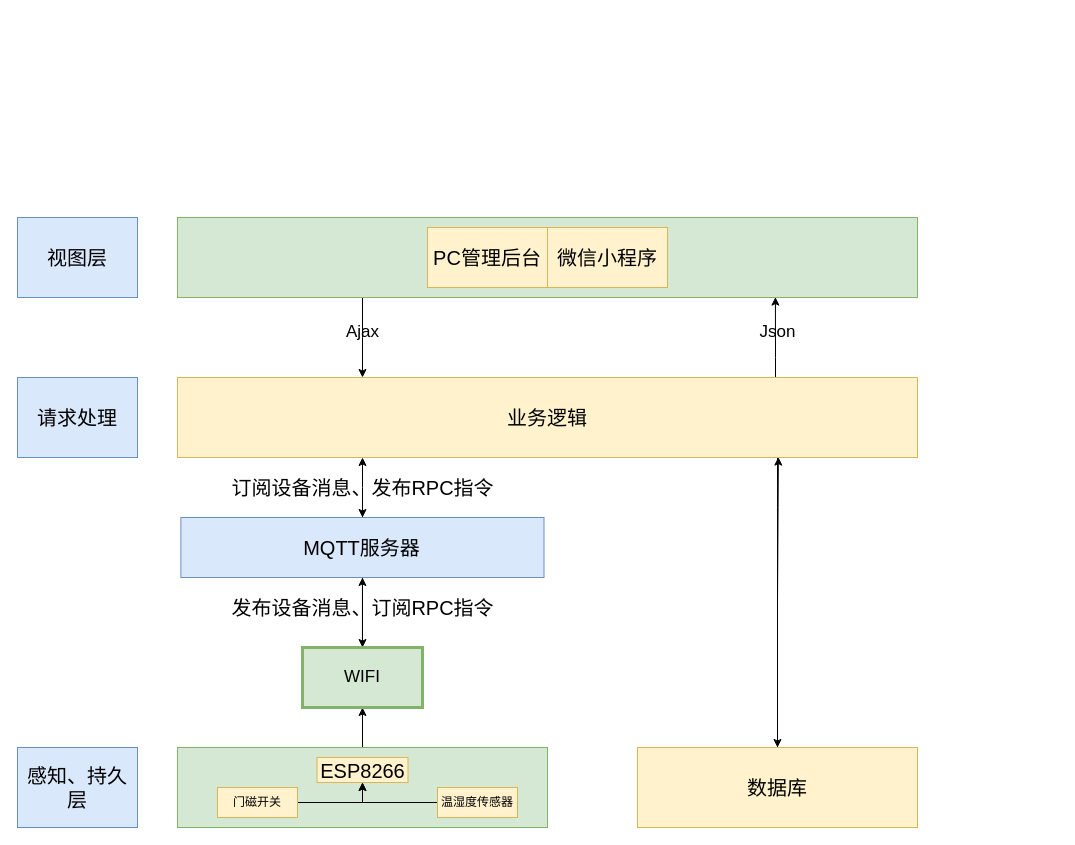
Earlier version of the draw.io diagram resources/未命名绘图.drawio (LY220214/LY220214.github.io). Source tidied: cells renumbered, new cells numbered last; positions are measured from the earlier drawing's top-left corner, leaving out a move shared by most shapes. Both pictures are drawn from the tidied source at 100%, with x=0, y=0 at pixel (17, 217).
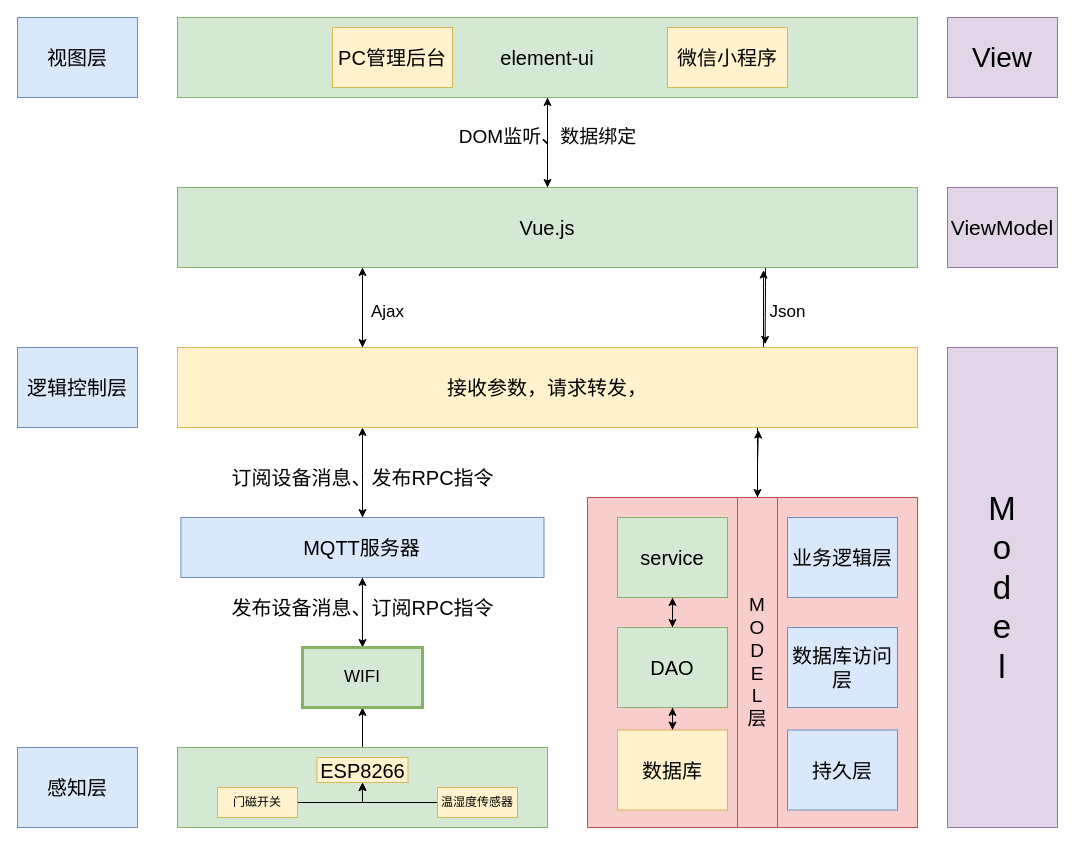
After the change.

Change to the diagram source:
```diff
@@
+    <mxCell id="31" style="whiteSpace=wrap;html=1;fontSize=19;fillColor=#f8cecc;strokeColor=#b85450;" parent="1" vertex="1">
+      <mxGeometry x="570" y="280" width="330" height="330" as="geometry" />
+    </mxCell>
@@
-    <mxCell id="11" style="edgeStyle=orthogonalEdgeStyle;rounded=0;jettySize=auto;html=1;entryX=0.25;entryY=0;entryDx=0;entryDy=0;fontSize=14;" parent="1" edge="1" source="12" target="23">
-      <mxGeometry relative="1" as="geometry">
-        <Array as="points">
-          <mxPoint x="345" y="120" />
-          <mxPoint x="345" y="120" />
-        </Array>
-      </mxGeometry>
-    </mxCell>
+    <mxCell id="32" style="edgeStyle=orthogonalEdgeStyle;rounded=0;jettySize=auto;html=1;entryX=0.5;entryY=0;entryDx=0;entryDy=0;fontSize=19;fontColor=#000000;" parent="1" edge="1" source="12" target="51">
+      <mxGeometry relative="1" as="geometry" />
+    </mxCell>
-    <mxCell id="12" style="rounded=0;whiteSpace=wrap;html=1;fontSize=20;fillColor=#d5e8d4;strokeColor=#82b366;" parent="1" vertex="1">
-      <mxGeometry x="160" width="740" height="80" as="geometry" />
+    <mxCell id="12" value="element-ui" style="rounded=0;whiteSpace=wrap;html=1;fontSize=20;fillColor=#d5e8d4;strokeColor=#82b366;" parent="1" vertex="1">
+      <mxGeometry x="160" y="-200" width="740" height="80" as="geometry" />
     </mxCell>
     <mxCell id="13" value="PC管理后台" style="rounded=0;whiteSpace=wrap;html=1;fontSize=20;fillColor=#fff2cc;strokeColor=#d6b656;" parent="1" vertex="1">
-      <mxGeometry x="410" y="10" width="120" height="60" as="geometry" />
+      <mxGeometry x="315" y="-190" width="120" height="60" as="geometry" />
     </mxCell>
     <mxCell id="14" value="微信小程序" style="rounded=0;whiteSpace=wrap;html=1;fontSize=20;fillColor=#fff2cc;strokeColor=#d6b656;" parent="1" vertex="1">
-      <mxGeometry x="530" y="10" width="120" height="60" as="geometry" />
+      <mxGeometry x="650" y="-190" width="120" height="60" as="geometry" />
     </mxCell>
@@
-    <mxCell id="16" style="edgeStyle=orthogonalEdgeStyle;rounded=0;jettySize=auto;html=1;entryX=0.812;entryY=0.995;entryDx=0;entryDy=0;entryPerimeter=0;fontSize=14;" parent="1" edge="1" source="17" target="23">
-      <mxGeometry relative="1" as="geometry" />
-    </mxCell>
+    <mxCell id="33" style="edgeStyle=orthogonalEdgeStyle;rounded=0;jettySize=auto;html=1;fontSize=19;fontColor=#67AB9F;" parent="1" edge="1" source="17" target="44">
+      <mxGeometry relative="1" as="geometry" />
+    </mxCell>
     <mxCell id="17" value="数据库" style="rounded=0;whiteSpace=wrap;html=1;fontSize=20;fillColor=#fff2cc;strokeColor=#d6b656;" parent="1" vertex="1">
-      <mxGeometry x="620" y="530" width="280" height="80" as="geometry" />
+      <mxGeometry x="600" y="512.5" width="110" height="80" as="geometry" />
     </mxCell>
     <mxCell id="18" value="视图层" style="rounded=0;whiteSpace=wrap;html=1;fontSize=20;fillColor=#dae8fc;strokeColor=#6c8ebf;" parent="1" vertex="1">
-      <mxGeometry width="120" height="80" as="geometry" />
+      <mxGeometry y="-200" width="120" height="80" as="geometry" />
     </mxCell>
-    <mxCell id="19" value="请求处理" style="rounded=0;whiteSpace=wrap;html=1;fontSize=20;fillColor=#dae8fc;strokeColor=#6c8ebf;" parent="1" vertex="1">
-      <mxGeometry y="160" width="120" height="80" as="geometry" />
-    </mxCell>
@@
-    <mxCell id="21" style="edgeStyle=orthogonalEdgeStyle;rounded=0;jettySize=auto;html=1;entryX=0.808;entryY=0.995;entryDx=0;entryDy=0;entryPerimeter=0;fontSize=14;" parent="1" edge="1" source="23" target="12">
-      <mxGeometry relative="1" as="geometry">
-        <Array as="points">
-          <mxPoint x="758" y="140" />
-          <mxPoint x="758" y="140" />
-        </Array>
-      </mxGeometry>
-    </mxCell>
-    <mxCell id="22" style="edgeStyle=orthogonalEdgeStyle;rounded=0;jettySize=auto;html=1;fontSize=17;" parent="1" edge="1" source="23" target="17">
-      <mxGeometry relative="1" as="geometry">
-        <Array as="points">
-          <mxPoint x="760" y="290" />
-          <mxPoint x="760" y="290" />
-        </Array>
-      </mxGeometry>
-    </mxCell>
+    <mxCell id="34" style="edgeStyle=orthogonalEdgeStyle;rounded=0;jettySize=auto;html=1;entryX=0.5;entryY=0;entryDx=0;entryDy=0;fontSize=19;fontColor=#000000;" parent="1" edge="1" source="23" target="47">
+      <mxGeometry relative="1" as="geometry">
+        <Array as="points">
+          <mxPoint x="740" y="230" />
+          <mxPoint x="740" y="230" />
+        </Array>
+      </mxGeometry>
+    </mxCell>
+    <mxCell id="35" style="edgeStyle=orthogonalEdgeStyle;rounded=0;jettySize=auto;html=1;entryX=0.25;entryY=1;entryDx=0;entryDy=0;fontSize=19;fontColor=#000000;" parent="1" edge="1" source="23" target="51">
+      <mxGeometry relative="1" as="geometry">
+        <Array as="points">
+          <mxPoint x="345" y="110" />
+          <mxPoint x="345" y="110" />
+        </Array>
+      </mxGeometry>
+    </mxCell>
+    <mxCell id="36" style="edgeStyle=orthogonalEdgeStyle;rounded=0;jettySize=auto;html=1;entryX=0.792;entryY=1.032;entryDx=0;entryDy=0;entryPerimeter=0;fontSize=19;fontColor=#000000;" parent="1" edge="1" source="23" target="51">
+      <mxGeometry relative="1" as="geometry">
+        <Array as="points">
+          <mxPoint x="746" y="100" />
+          <mxPoint x="746" y="100" />
+        </Array>
+      </mxGeometry>
+    </mxCell>
-    <mxCell id="23" value="业务逻辑" style="rounded=0;whiteSpace=wrap;html=1;fontSize=20;fillColor=#fff2cc;strokeColor=#d6b656;" parent="1" vertex="1">
-      <mxGeometry x="160" y="160" width="740" height="80" as="geometry" />
+    <mxCell id="23" value="接收参数，请求转发，" style="rounded=0;whiteSpace=wrap;html=1;fontSize=20;fillColor=#fff2cc;strokeColor=#d6b656;" parent="1" vertex="1">
+      <mxGeometry x="160" y="130" width="740" height="80" as="geometry" />
     </mxCell>
     <mxCell id="24" value="订阅设备消息、发布RPC指令" style="text;html=1;align=center;verticalAlign=middle;points=[];strokeColor=none;fillColor=none;fontSize=20;" parent="1" vertex="1">
-      <mxGeometry x="200" y="250" width="290" height="40" as="geometry" />
+      <mxGeometry x="200" y="240" width="290" height="40" as="geometry" />
     </mxCell>
-    <mxCell id="25" value="感知、持久层" style="rounded=0;whiteSpace=wrap;html=1;fontSize=20;fillColor=#dae8fc;strokeColor=#6c8ebf;" parent="1" vertex="1">
+    <mxCell id="25" value="感知层" style="rounded=0;whiteSpace=wrap;html=1;fontSize=20;fillColor=#dae8fc;strokeColor=#6c8ebf;" parent="1" vertex="1">
       <mxGeometry y="530" width="120" height="80" as="geometry" />
     </mxCell>
-    <mxCell id="26" value="&lt;font style=&quot;font-size: 17px;&quot;&gt;Ajax&lt;/font&gt;" style="text;html=1;align=center;verticalAlign=middle;strokeColor=none;fillColor=none;fontSize=14;" parent="1" vertex="1">
-      <mxGeometry x="315" y="100" width="60" height="30" as="geometry" />
-    </mxCell>
-    <mxCell id="27" value="Json" style="text;html=1;align=center;verticalAlign=middle;strokeColor=none;fillColor=none;fontSize=17;" parent="1" vertex="1">
-      <mxGeometry x="730" y="100" width="60" height="30" as="geometry" />
-    </mxCell>
@@
+    <mxCell id="37" value="逻辑控制层" style="rounded=0;whiteSpace=wrap;html=1;fontSize=20;fillColor=#dae8fc;strokeColor=#6c8ebf;" parent="1" vertex="1">
+      <mxGeometry y="130" width="120" height="80" as="geometry" />
+    </mxCell>
+    <mxCell id="38" value="持久层" style="rounded=0;whiteSpace=wrap;html=1;fontSize=20;fillColor=#dae8fc;strokeColor=#6c8ebf;" parent="1" vertex="1">
+      <mxGeometry x="770" y="512.5" width="110" height="80" as="geometry" />
+    </mxCell>
+    <mxCell id="39" value="业务逻辑层" style="rounded=0;whiteSpace=wrap;html=1;fontSize=20;fillColor=#dae8fc;strokeColor=#6c8ebf;" parent="1" vertex="1">
+      <mxGeometry x="770" y="300" width="110" height="80" as="geometry" />
+    </mxCell>
+    <mxCell id="40" style="edgeStyle=orthogonalEdgeStyle;rounded=0;jettySize=auto;html=1;entryX=0.5;entryY=0;entryDx=0;entryDy=0;fontSize=19;fontColor=#67AB9F;" parent="1" edge="1" source="41" target="44">
+      <mxGeometry relative="1" as="geometry" />
+    </mxCell>
+    <mxCell id="41" value="service" style="rounded=0;whiteSpace=wrap;html=1;fontSize=20;fillColor=#d5e8d4;strokeColor=#82b366;" parent="1" vertex="1">
+      <mxGeometry x="600" y="300" width="110" height="80" as="geometry" />
+    </mxCell>
+    <mxCell id="42" style="edgeStyle=orthogonalEdgeStyle;rounded=0;jettySize=auto;html=1;entryX=0.5;entryY=0;entryDx=0;entryDy=0;fontSize=19;fontColor=#67AB9F;" parent="1" edge="1" source="44" target="17">
+      <mxGeometry relative="1" as="geometry" />
+    </mxCell>
+    <mxCell id="43" style="edgeStyle=orthogonalEdgeStyle;rounded=0;jettySize=auto;html=1;entryX=0.5;entryY=1;entryDx=0;entryDy=0;fontSize=19;fontColor=#67AB9F;" parent="1" edge="1" source="44" target="41">
+      <mxGeometry relative="1" as="geometry" />
+    </mxCell>
+    <mxCell id="44" value="DAO" style="rounded=0;whiteSpace=wrap;html=1;fontSize=20;fillColor=#d5e8d4;strokeColor=#82b366;" parent="1" vertex="1">
+      <mxGeometry x="600" y="410" width="110" height="80" as="geometry" />
+    </mxCell>
+    <mxCell id="45" value="数据库访问层" style="rounded=0;whiteSpace=wrap;html=1;fontSize=20;fillColor=#dae8fc;strokeColor=#6c8ebf;" parent="1" vertex="1">
+      <mxGeometry x="770" y="410" width="110" height="80" as="geometry" />
+    </mxCell>
+    <mxCell id="46" style="edgeStyle=orthogonalEdgeStyle;rounded=0;jettySize=auto;html=1;entryX=0.785;entryY=1.032;entryDx=0;entryDy=0;entryPerimeter=0;fontSize=19;fontColor=#000000;" parent="1" edge="1" source="47" target="23">
+      <mxGeometry relative="1" as="geometry" />
+    </mxCell>
+    <mxCell id="47" value="M&lt;br&gt;O&lt;br&gt;D&lt;br&gt;E&lt;br&gt;L&lt;br&gt;层" style="rounded=0;html=1;fontSize=19;whiteSpace=wrap;labelBackgroundColor=none;fillColor=#f8cecc;strokeColor=#b85450;" parent="1" vertex="1">
+      <mxGeometry x="720" y="280" width="40" height="330" as="geometry" />
+    </mxCell>
+    <mxCell id="48" style="edgeStyle=orthogonalEdgeStyle;rounded=0;jettySize=auto;html=1;entryX=0.5;entryY=1;entryDx=0;entryDy=0;fontSize=19;fontColor=#000000;" parent="1" edge="1" source="51" target="12">
+      <mxGeometry relative="1" as="geometry" />
+    </mxCell>
+    <mxCell id="49" style="edgeStyle=orthogonalEdgeStyle;rounded=0;jettySize=auto;html=1;entryX=0.25;entryY=0;entryDx=0;entryDy=0;fontSize=19;fontColor=#000000;" parent="1" edge="1" source="51" target="23">
+      <mxGeometry relative="1" as="geometry">
+        <Array as="points">
+          <mxPoint x="345" y="80" />
+          <mxPoint x="345" y="80" />
+        </Array>
+      </mxGeometry>
+    </mxCell>
+    <mxCell id="50" style="edgeStyle=orthogonalEdgeStyle;rounded=0;jettySize=auto;html=1;fontSize=19;fontColor=#000000;entryX=0.794;entryY=-0.039;entryDx=0;entryDy=0;entryPerimeter=0;" parent="1" edge="1" source="51" target="23">
+      <mxGeometry relative="1" as="geometry">
+        <Array as="points">
+          <mxPoint x="748" y="70" />
+          <mxPoint x="748" y="70" />
+        </Array>
+      </mxGeometry>
+    </mxCell>
+    <mxCell id="51" value="Vue.js" style="rounded=0;whiteSpace=wrap;html=1;fontSize=20;fillColor=#d5e8d4;strokeColor=#82b366;" parent="1" vertex="1">
+      <mxGeometry x="160" y="-30" width="740" height="80" as="geometry" />
+    </mxCell>
+    <mxCell id="52" value="DOM监听、数据绑定" style="text;html=1;align=center;verticalAlign=middle;strokeColor=none;fillColor=none;fontSize=19;fontColor=#000000;" parent="1" vertex="1">
+      <mxGeometry x="430" y="-100" width="200" height="40" as="geometry" />
+    </mxCell>
+    <mxCell id="27" value="Json" style="text;html=1;align=center;verticalAlign=middle;strokeColor=none;fillColor=none;fontSize=17;" parent="1" vertex="1">
+      <mxGeometry x="740" y="80" width="60" height="30" as="geometry" />
+    </mxCell>
+    <mxCell id="26" value="&lt;font style=&quot;font-size: 17px;&quot;&gt;Ajax&lt;/font&gt;" style="text;html=1;align=center;verticalAlign=middle;strokeColor=none;fillColor=none;fontSize=14;" parent="1" vertex="1">
+      <mxGeometry x="340" y="80" width="60" height="30" as="geometry" />
+    </mxCell>
+    <mxCell id="53" value="M&lt;br style=&quot;font-size: 33px;&quot;&gt;o&lt;br style=&quot;font-size: 33px;&quot;&gt;d&lt;br style=&quot;font-size: 33px;&quot;&gt;e&lt;br style=&quot;font-size: 33px;&quot;&gt;l" style="rounded=0;whiteSpace=wrap;html=1;labelBackgroundColor=none;fontSize=33;fillColor=#e1d5e7;strokeColor=#9673a6;" parent="1" vertex="1">
+      <mxGeometry x="930" y="130" width="110" height="480" as="geometry" />
+    </mxCell>
+    <mxCell id="54" value="&lt;span style=&quot;font-size: 21px;&quot;&gt;ViewModel&lt;/span&gt;" style="rounded=0;whiteSpace=wrap;html=1;labelBackgroundColor=none;fontSize=21;fillColor=#e1d5e7;strokeColor=#9673a6;" parent="1" vertex="1">
+      <mxGeometry x="930" y="-30" width="110" height="80" as="geometry" />
+    </mxCell>
+    <mxCell id="55" value="&lt;span style=&quot;font-size: 28px;&quot;&gt;View&lt;/span&gt;" style="rounded=0;whiteSpace=wrap;html=1;labelBackgroundColor=none;fontSize=28;fillColor=#e1d5e7;strokeColor=#9673a6;" parent="1" vertex="1">
+      <mxGeometry x="930" y="-200" width="110" height="80" as="geometry" />
+    </mxCell>
```
